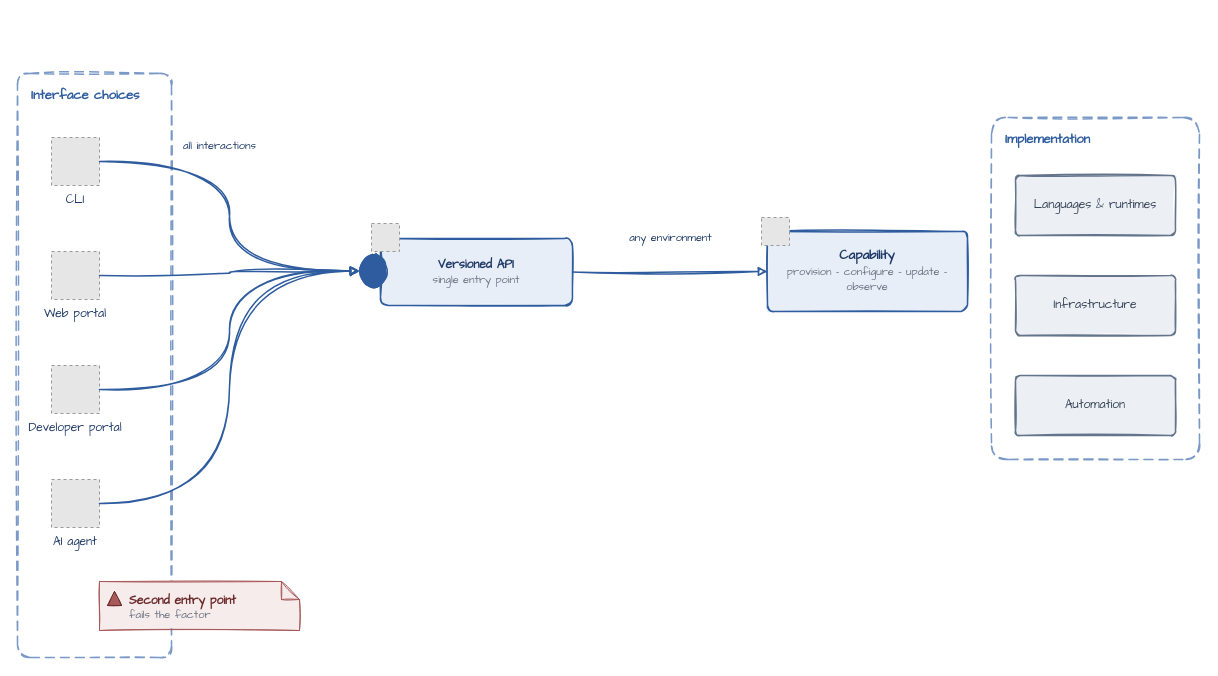
missBerg/platform-capabilities keeps this draw.io diagram as page "PCF Diagram" (7 of 11) of diagrams/pcf-community-draft.drawio. Above is the earlier version. Source tidied: cells renumbered, new cells numbered last; positions are measured from the earlier drawing's top-left corner, leaving out a move shared by most shapes. Both pictures are drawn from the tidied source at 100%, with x=0, y=0 at pixel (17, 73). Pictures stored in the file or linked from it are replaced by grey dashed boxes.
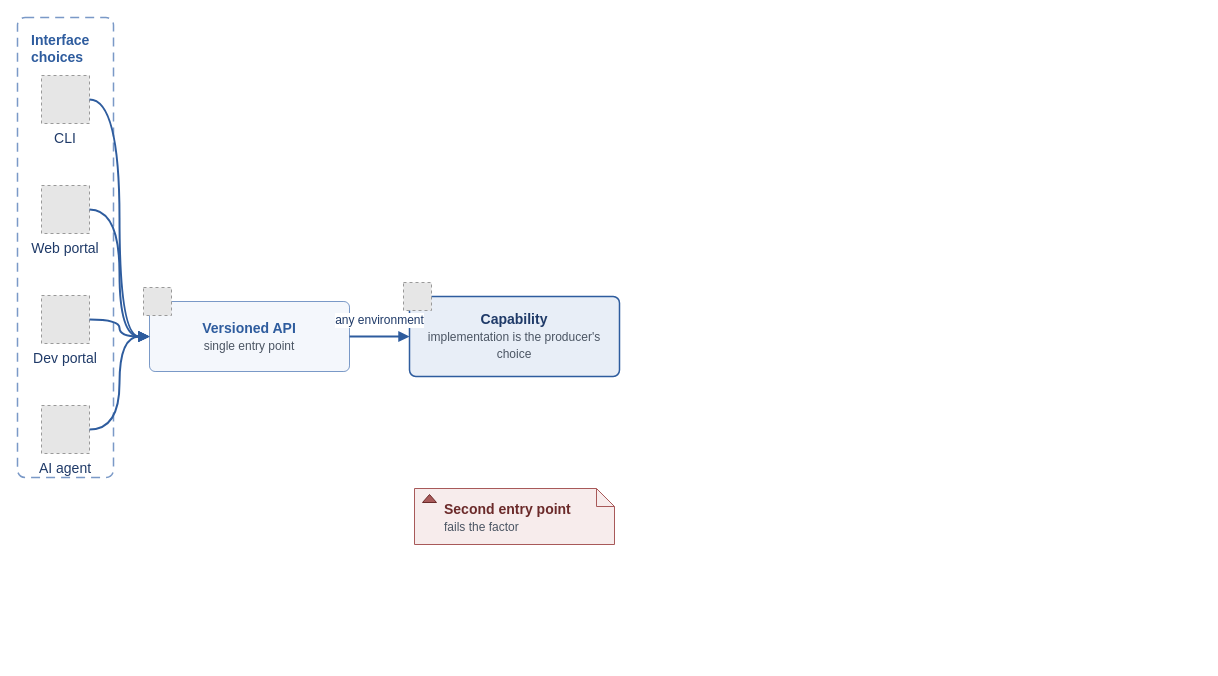
The same diagram, later.

The edit, as a diff of the source:
```diff
@@
-    <mxCell id="2" value="&lt;b&gt;Interface choices&lt;/b&gt;" style="rounded=1;whiteSpace=wrap;html=1;arcSize=8;fillColor=none;strokeColor=#7A99C7;strokeWidth=1.5;fontColor=#2E5C9E;fontFamily=Comic Sans MS;fontSize=13;align=left;verticalAlign=top;dashed=1;dashPattern=6 4;spacingLeft=12;spacingTop=8;shadow=0;sketch=1;" parent="1" vertex="1">
-      <mxGeometry width="154" height="584" as="geometry" />
+    <mxCell id="2" value="&lt;b&gt;Interface choices&lt;/b&gt;" style="rounded=1;whiteSpace=wrap;html=1;arcSize=8;fillColor=none;strokeColor=#7A99C7;strokeWidth=1.5;fontColor=#2E5C9E;fontFamily=Helvetica;fontSize=14;align=left;verticalAlign=top;dashed=1;dashPattern=6 4;spacingLeft=12;spacingTop=8;shadow=0;" parent="1" vertex="1">
+      <mxGeometry y="-56" width="96" height="460" as="geometry" />
     </mxCell>
-    <mxCell id="3" value="&lt;b&gt;Implementation&lt;/b&gt;" style="rounded=1;whiteSpace=wrap;html=1;arcSize=8;fillColor=none;strokeColor=#7A99C7;strokeWidth=1.5;fontColor=#2E5C9E;fontFamily=Comic Sans MS;fontSize=13;align=left;verticalAlign=top;dashed=1;dashPattern=6 4;spacingLeft=12;spacingTop=8;shadow=0;sketch=1;" parent="1" vertex="1">
-      <mxGeometry x="974" y="44" width="208" height="342" as="geometry" />
-    </mxCell>
-    <mxCell id="4" value="CLI" style="fillColor=#E6E6E6;strokeColor=#999999;dashed=1;verticalLabelPosition=bottom;verticalAlign=top;align=center;fontFamily=Comic Sans MS;fontSize=12;fontColor=#1F3A68;" parent="1" vertex="1">
-      <mxGeometry x="34" y="64" width="48" height="48" as="geometry" />
+    <mxCell id="4" value="CLI" style="fillColor=#E6E6E6;strokeColor=#999999;dashed=1;verticalLabelPosition=bottom;verticalAlign=top;align=center;fontFamily=Helvetica;fontSize=14;fontColor=#1F3A68;" parent="1" vertex="1">
+      <mxGeometry x="24" y="2" width="48" height="48" as="geometry" />
     </mxCell>
-    <mxCell id="5" value="Web portal" style="fillColor=#E6E6E6;strokeColor=#999999;dashed=1;verticalLabelPosition=bottom;verticalAlign=top;align=center;fontFamily=Comic Sans MS;fontSize=12;fontColor=#1F3A68;" parent="1" vertex="1">
-      <mxGeometry x="34" y="178" width="48" height="48" as="geometry" />
+    <mxCell id="5" value="Web portal" style="fillColor=#E6E6E6;strokeColor=#999999;dashed=1;verticalLabelPosition=bottom;verticalAlign=top;align=center;fontFamily=Helvetica;fontSize=14;fontColor=#1F3A68;" parent="1" vertex="1">
+      <mxGeometry x="24" y="112" width="48" height="48" as="geometry" />
     </mxCell>
-    <mxCell id="6" value="Developer portal" style="fillColor=#E6E6E6;strokeColor=#999999;dashed=1;verticalLabelPosition=bottom;verticalAlign=top;align=center;fontFamily=Comic Sans MS;fontSize=12;fontColor=#1F3A68;" parent="1" vertex="1">
-      <mxGeometry x="34" y="292" width="48" height="48" as="geometry" />
+    <mxCell id="6" value="Dev portal" style="fillColor=#E6E6E6;strokeColor=#999999;dashed=1;verticalLabelPosition=bottom;verticalAlign=top;align=center;fontFamily=Helvetica;fontSize=14;fontColor=#1F3A68;" parent="1" vertex="1">
+      <mxGeometry x="24" y="222" width="48" height="48" as="geometry" />
     </mxCell>
-    <mxCell id="7" value="AI agent" style="fillColor=#E6E6E6;strokeColor=#999999;dashed=1;verticalLabelPosition=bottom;verticalAlign=top;align=center;fontFamily=Comic Sans MS;fontSize=12;fontColor=#1F3A68;" parent="1" vertex="1">
-      <mxGeometry x="34" y="406" width="48" height="48" as="geometry" />
+    <mxCell id="7" value="AI agent" style="fillColor=#E6E6E6;strokeColor=#999999;dashed=1;verticalLabelPosition=bottom;verticalAlign=top;align=center;fontFamily=Helvetica;fontSize=14;fontColor=#1F3A68;" parent="1" vertex="1">
+      <mxGeometry x="24" y="332" width="48" height="48" as="geometry" />
     </mxCell>
-    <mxCell id="8" value="&lt;b&gt;Versioned API&lt;/b&gt;&lt;br&gt;&lt;font style=&quot;font-size: 11px&quot; color=&quot;#6B7280&quot;&gt;single entry point&lt;/font&gt;" style="rounded=1;whiteSpace=wrap;html=1;arcSize=12;fillColor=#E8EEF7;strokeColor=#2E5C9E;strokeWidth=1.5;fontColor=#1F3A68;fontFamily=Comic Sans MS;fontSize=12;align=center;verticalAlign=middle;shadow=0;sketch=1;fillStyle=solid;" parent="1" vertex="1">
-      <mxGeometry x="363" y="165" width="192" height="67" as="geometry" />
+    <mxCell id="8" value="&lt;b&gt;Versioned API&lt;/b&gt;&lt;br&gt;&lt;font style=&quot;font-size: 12px&quot; color=&quot;#4B5563&quot;&gt;single entry point&lt;/font&gt;" style="rounded=1;whiteSpace=wrap;html=1;arcSize=8;fillColor=#F4F7FC;strokeColor=#7A99C7;strokeWidth=1;fontColor=#2E5C9E;fontFamily=Helvetica;fontSize=14;align=center;verticalAlign=middle;shadow=0;" parent="1" vertex="1">
+      <mxGeometry x="132" y="228" width="200" height="70" as="geometry" />
     </mxCell>
-    <mxCell id="9" style="ellipse;fillColor=#2E5C9E;strokeColor=#2E5C9E;html=1;shadow=0;sketch=1;fillStyle=solid;" parent="1" vertex="1">
-      <mxGeometry x="342" y="181" width="28" height="33" as="geometry" />
-    </mxCell>
-    <mxCell id="10" style="fillColor=#E6E6E6;strokeColor=#999999;dashed=1;verticalLabelPosition=bottom;verticalAlign=top;align=center;fontFamily=Comic Sans MS;fontSize=12;fontColor=#1F3A68;" parent="1" vertex="1">
-      <mxGeometry x="354" y="150" width="28" height="28" as="geometry" />
-    </mxCell>
-    <mxCell id="11" value="&lt;b&gt;Second entry point&lt;/b&gt;&lt;br&gt;&lt;font style=&quot;font-size: 11px&quot; color=&quot;#6B7280&quot;&gt;fails the factor&lt;/font&gt;" style="shape=note;whiteSpace=wrap;html=1;backgroundOutline=1;fillColor=#F7ECEC;strokeColor=#A85959;strokeWidth=1;fontColor=#6B2A2A;fontFamily=Comic Sans MS;fontSize=12;align=left;verticalAlign=top;spacingLeft=28;spacingTop=6;spacingRight=8;shadow=0;size=18;sketch=1;fillStyle=solid;" parent="1" vertex="1">
-      <mxGeometry x="82" y="508" width="200" height="49" as="geometry" />
-    </mxCell>
-    <mxCell id="12" style="shape=triangle;direction=north;fillColor=#A85959;strokeColor=#6B2A2A;html=1;shadow=0;sketch=1;fillStyle=solid;" parent="1" vertex="1">
-      <mxGeometry x="90" y="518" width="14" height="14" as="geometry" />
-    </mxCell>
+    <mxCell id="23" style="fillColor=#E6E6E6;strokeColor=#999999;dashed=1;verticalLabelPosition=bottom;verticalAlign=top;align=center;fontFamily=Helvetica;fontSize=14;fontColor=#1F3A68;" parent="1" vertex="1">
+      <mxGeometry x="126" y="214" width="28" height="28" as="geometry" />
+    </mxCell>
-    <mxCell id="13" value="&lt;b&gt;Capability&lt;/b&gt;&lt;br&gt;&lt;font style=&quot;font-size: 11px&quot; color=&quot;#6B7280&quot;&gt;provision - configure - update - observe&lt;/font&gt;" style="rounded=1;whiteSpace=wrap;html=1;arcSize=8;fillColor=#E8EEF7;strokeColor=#2E5C9E;strokeWidth=1.5;fontColor=#1F3A68;fontFamily=Comic Sans MS;fontSize=13;align=center;verticalAlign=middle;shadow=0;sketch=1;fillStyle=solid;" parent="1" vertex="1">
-      <mxGeometry x="750" y="158" width="200" height="80" as="geometry" />
+    <mxCell id="13" value="&lt;b&gt;Capability&lt;/b&gt;&lt;br&gt;&lt;font style=&quot;font-size: 12px&quot; color=&quot;#4B5563&quot;&gt;implementation is the producer&amp;#x27;s choice&lt;/font&gt;" style="rounded=1;whiteSpace=wrap;html=1;arcSize=8;fillColor=#E8EEF7;strokeColor=#2E5C9E;strokeWidth=1.5;fontColor=#1F3A68;fontFamily=Helvetica;fontSize=14;align=center;verticalAlign=middle;shadow=0;" parent="1" vertex="1">
+      <mxGeometry x="392" y="223" width="210" height="80" as="geometry" />
     </mxCell>
-    <mxCell id="14" style="fillColor=#E6E6E6;strokeColor=#999999;dashed=1;verticalLabelPosition=bottom;verticalAlign=top;align=center;fontFamily=Comic Sans MS;fontSize=12;fontColor=#1F3A68;" parent="1" vertex="1">
-      <mxGeometry x="744" y="144" width="28" height="28" as="geometry" />
+    <mxCell id="14" style="fillColor=#E6E6E6;strokeColor=#999999;dashed=1;verticalLabelPosition=bottom;verticalAlign=top;align=center;fontFamily=Helvetica;fontSize=14;fontColor=#1F3A68;" parent="1" vertex="1">
+      <mxGeometry x="386" y="209" width="28" height="28" as="geometry" />
     </mxCell>
-    <mxCell id="15" value="Languages &amp;amp; runtimes" style="rounded=1;whiteSpace=wrap;html=1;arcSize=8;fillColor=#ECEFF4;strokeColor=#64748B;strokeWidth=1.5;fontColor=#334155;fontFamily=Comic Sans MS;fontSize=12;align=center;verticalAlign=middle;shadow=0;sketch=1;fillStyle=solid;" parent="1" vertex="1">
-      <mxGeometry x="998" y="102" width="160" height="60" as="geometry" />
-    </mxCell>
-    <mxCell id="16" value="Infrastructure" style="rounded=1;whiteSpace=wrap;html=1;arcSize=8;fillColor=#ECEFF4;strokeColor=#64748B;strokeWidth=1.5;fontColor=#334155;fontFamily=Comic Sans MS;fontSize=12;align=center;verticalAlign=middle;shadow=0;sketch=1;fillStyle=solid;" parent="1" vertex="1">
-      <mxGeometry x="998" y="202" width="160" height="60" as="geometry" />
-    </mxCell>
-    <mxCell id="17" value="Automation" style="rounded=1;whiteSpace=wrap;html=1;arcSize=8;fillColor=#ECEFF4;strokeColor=#64748B;strokeWidth=1.5;fontColor=#334155;fontFamily=Comic Sans MS;fontSize=12;align=center;verticalAlign=middle;shadow=0;sketch=1;fillStyle=solid;" parent="1" vertex="1">
-      <mxGeometry x="998" y="302" width="160" height="60" as="geometry" />
-    </mxCell>
+    <mxCell id="11" value="&lt;b&gt;Second entry point&lt;/b&gt;&lt;br&gt;&lt;font style=&quot;font-size: 12px&quot; color=&quot;#4B5563&quot;&gt;fails the factor&lt;/font&gt;" style="shape=note;whiteSpace=wrap;html=1;backgroundOutline=1;fillColor=#F7ECEC;strokeColor=#A85959;strokeWidth=1;fontColor=#6B2A2A;fontFamily=Helvetica;fontSize=14;align=left;verticalAlign=top;spacingLeft=28;spacingTop=6;spacingRight=8;shadow=0;size=18;" parent="1" vertex="1">
+      <mxGeometry x="397" y="415" width="200" height="56" as="geometry" />
+    </mxCell>
+    <mxCell id="24" style="shape=triangle;direction=north;fillColor=#A85959;strokeColor=#6B2A2A;html=1;shadow=0;" parent="1" vertex="1">
+      <mxGeometry x="405" y="421" width="14" height="8" as="geometry" />
+    </mxCell>
-    <mxCell id="18" value="all interactions" style="edgeStyle=orthogonalEdgeStyle;endArrow=block;html=1;rounded=0;strokeColor=#2E5C9E;strokeWidth=1.5;fontColor=#1F3A68;fontFamily=Comic Sans MS;fontSize=11;endFill=1;sketch=1;sketch=1;curveFitting=1;jiggle=2;curved=1;entryX=0;entryY=0.5;entryDx=0;entryDy=0;" parent="1" edge="1" source="4" target="9">
-      <mxGeometry x="-0.35" relative="1" as="geometry">
-        <mxPoint y="-16" as="offset" />
-      </mxGeometry>
+    <mxCell id="18" style="edgeStyle=orthogonalEdgeStyle;endArrow=block;html=1;rounded=0;strokeColor=#2E5C9E;strokeWidth=2;fontColor=#1F3A68;fontFamily=Helvetica;fontSize=12;endFill=1;curved=1;exitX=1;exitY=0.5;exitDx=0;exitDy=0;entryX=0;entryY=0.5;entryDx=0;entryDy=0;" parent="1" edge="1" source="4" target="8">
+      <mxGeometry relative="1" as="geometry" />
     </mxCell>
-    <mxCell id="19" style="edgeStyle=orthogonalEdgeStyle;endArrow=block;html=1;rounded=0;strokeColor=#2E5C9E;strokeWidth=1.5;fontColor=#1F3A68;fontFamily=Comic Sans MS;fontSize=11;endFill=1;sketch=1;sketch=1;curveFitting=1;jiggle=2;curved=1;entryX=0;entryY=0.5;entryDx=0;entryDy=0;" parent="1" edge="1" source="5" target="9">
+    <mxCell id="19" style="edgeStyle=orthogonalEdgeStyle;endArrow=block;html=1;rounded=0;strokeColor=#2E5C9E;strokeWidth=2;fontColor=#1F3A68;fontFamily=Helvetica;fontSize=12;endFill=1;curved=1;exitX=1;exitY=0.5;exitDx=0;exitDy=0;entryX=0;entryY=0.5;entryDx=0;entryDy=0;" parent="1" edge="1" source="5" target="8">
       <mxGeometry relative="1" as="geometry" />
     </mxCell>
-    <mxCell id="20" style="edgeStyle=orthogonalEdgeStyle;endArrow=block;html=1;rounded=0;strokeColor=#2E5C9E;strokeWidth=1.5;fontColor=#1F3A68;fontFamily=Comic Sans MS;fontSize=11;endFill=1;sketch=1;sketch=1;curveFitting=1;jiggle=2;curved=1;entryX=0;entryY=0.5;entryDx=0;entryDy=0;" parent="1" edge="1" source="6" target="9">
+    <mxCell id="20" style="edgeStyle=orthogonalEdgeStyle;endArrow=block;html=1;rounded=0;strokeColor=#2E5C9E;strokeWidth=2;fontColor=#1F3A68;fontFamily=Helvetica;fontSize=12;endFill=1;curved=1;exitX=1;exitY=0.5;exitDx=0;exitDy=0;entryX=0;entryY=0.5;entryDx=0;entryDy=0;" parent="1" edge="1" source="6" target="8">
       <mxGeometry relative="1" as="geometry" />
     </mxCell>
-    <mxCell id="21" style="edgeStyle=orthogonalEdgeStyle;endArrow=block;html=1;rounded=0;strokeColor=#2E5C9E;strokeWidth=1.5;fontColor=#1F3A68;fontFamily=Comic Sans MS;fontSize=11;endFill=1;sketch=1;sketch=1;curveFitting=1;jiggle=2;curved=1;entryX=0;entryY=0.5;entryDx=0;entryDy=0;" parent="1" edge="1" source="7" target="9">
+    <mxCell id="21" style="edgeStyle=orthogonalEdgeStyle;endArrow=block;html=1;rounded=0;strokeColor=#2E5C9E;strokeWidth=2;fontColor=#1F3A68;fontFamily=Helvetica;fontSize=12;endFill=1;curved=1;exitX=1;exitY=0.5;exitDx=0;exitDy=0;entryX=0;entryY=0.5;entryDx=0;entryDy=0;" parent="1" edge="1" source="7" target="8">
       <mxGeometry relative="1" as="geometry" />
     </mxCell>
-    <mxCell id="22" value="any environment" style="edgeStyle=orthogonalEdgeStyle;endArrow=block;html=1;rounded=0;strokeColor=#2E5C9E;strokeWidth=1.5;fontColor=#1F3A68;fontFamily=Comic Sans MS;fontSize=11;endFill=1;sketch=1;sketch=1;curveFitting=1;jiggle=2;curved=1;exitX=1;exitY=0.5;exitDx=0;exitDy=0;entryX=0;entryY=0.5;entryDx=0;entryDy=0;" parent="1" edge="1" source="8" target="13">
-      <mxGeometry y="34" relative="1" as="geometry" />
+    <mxCell id="22" value="any environment" style="edgeStyle=orthogonalEdgeStyle;endArrow=block;html=1;rounded=0;strokeColor=#2E5C9E;strokeWidth=2;fontColor=#1F3A68;fontFamily=Helvetica;fontSize=12;endFill=1;curved=1;exitX=1;exitY=0.5;exitDx=0;exitDy=0;entryX=0;entryY=0.5;entryDx=0;entryDy=0;" parent="1" edge="1" source="8" target="13">
+      <mxGeometry relative="1" as="geometry">
+        <mxPoint y="-16" as="offset" />
+      </mxGeometry>
     </mxCell>
```
